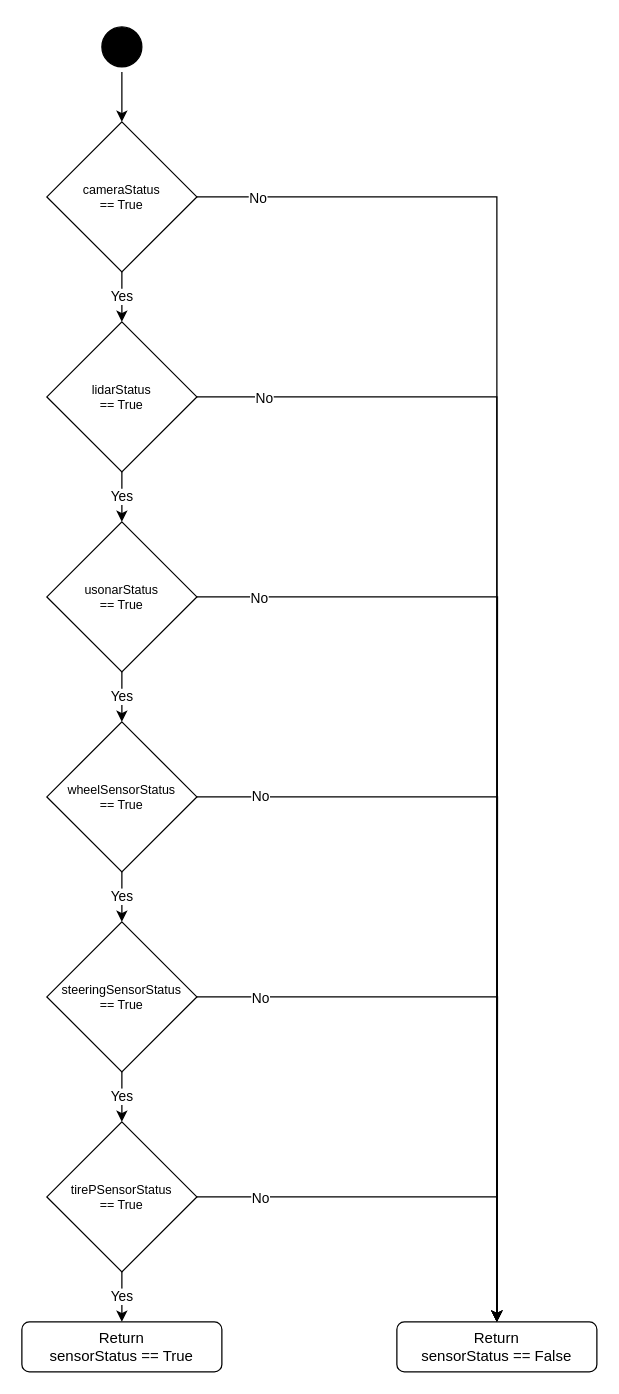
carlosrijo9/ISEP keeps this draw.io diagram as page "Sensors Status" (3 of 5) of MESCC/1st_year/2nd_semester/state_diagram.drawio. Above is the earlier version. Source tidied: cells renumbered, new cells numbered last; positions are measured from the earlier drawing's top-left corner, leaving out a move shared by most shapes. Both pictures are drawn from the tidied source at 125%, with x=0, y=0 at pixel (21, 21).
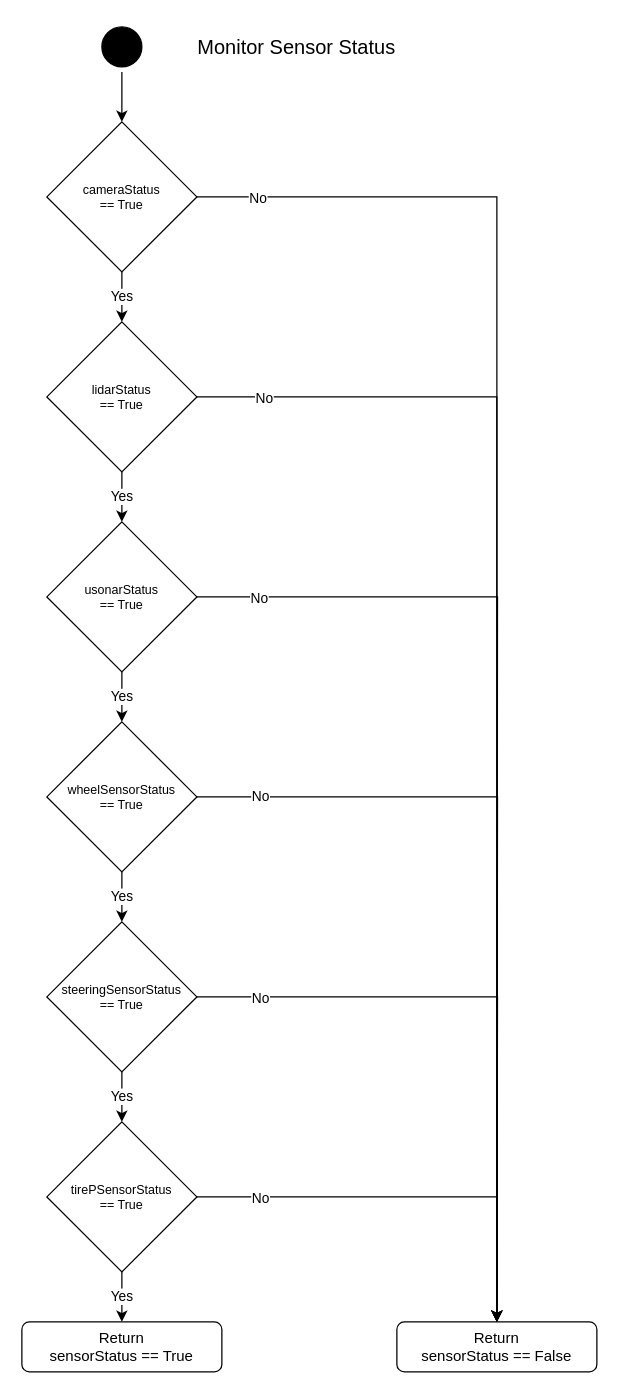
Above is the later version.

Change to the diagram source:
```diff
@@
+    <mxCell id="30" value="Monitor Sensor Status" style="text;html=1;strokeColor=none;fillColor=none;align=center;verticalAlign=middle;whiteSpace=wrap;rounded=0;fontSize=16;" parent="1" vertex="1">
+      <mxGeometry x="120" width="200" height="40" as="geometry" />
+    </mxCell>
```
